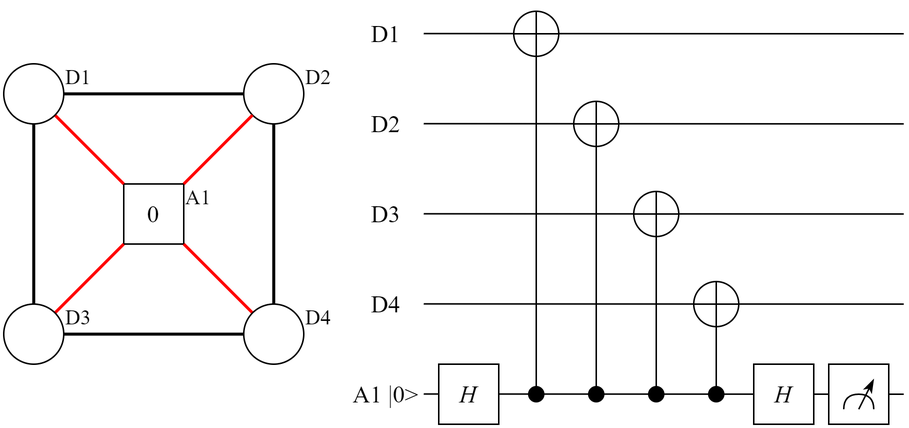
This is pictures/surface_code/surface_code_z_stabilizer_example.drawio.png from Mitch36/QuantumSim-QEC, a draw.io export, as it was before one commit. Source tidied: cells renumbered, new cells last; positions are measured from the earlier drawing's top-left corner, leaving out a move shared by most shapes.
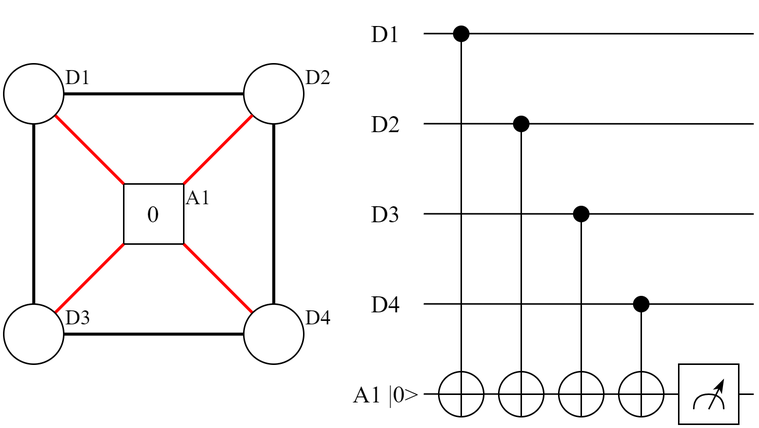
After the commit.

Change to the diagram source:
```diff
@@ -5,7 +5,7 @@
     <mxCell id="2" style="endArrow=none;html=1;rounded=0;strokeColor=#000000;strokeWidth=1;fontFamily=Times New Roman;fontSize=16;" parent="1" edge="1">
       <mxGeometry relative="1" as="geometry">
         <mxPoint x="280" y="19.9" as="sourcePoint" />
-        <mxPoint x="600" y="20" as="targetPoint" />
+        <mxPoint x="500" y="20" as="targetPoint" />
       </mxGeometry>
     </mxCell>
     <mxCell id="3" value="D1" style="text;html=1;strokeColor=none;fillColor=none;align=center;verticalAlign=middle;whiteSpace=wrap;rounded=0;fontFamily=Times New Roman;fontSize=16;" parent="1" vertex="1">
@@ -14,7 +14,7 @@
     <mxCell id="4" style="endArrow=none;html=1;rounded=0;strokeColor=#000000;strokeWidth=1;fontFamily=Times New Roman;fontSize=16;" parent="1" edge="1">
       <mxGeometry relative="1" as="geometry">
         <mxPoint x="280" y="79.9" as="sourcePoint" />
-        <mxPoint x="600" y="80" as="targetPoint" />
+        <mxPoint x="500" y="80" as="targetPoint" />
       </mxGeometry>
     </mxCell>
     <mxCell id="5" value="D2" style="text;html=1;strokeColor=none;fillColor=none;align=center;verticalAlign=middle;whiteSpace=wrap;rounded=0;fontFamily=Times New Roman;fontSize=16;" parent="1" vertex="1">
@@ -23,7 +23,7 @@
     <mxCell id="6" style="endArrow=none;html=1;rounded=0;strokeColor=#000000;strokeWidth=1;fontFamily=Times New Roman;fontSize=16;" parent="1" edge="1">
       <mxGeometry relative="1" as="geometry">
         <mxPoint x="280" y="139.9" as="sourcePoint" />
-        <mxPoint x="600" y="140" as="targetPoint" />
+        <mxPoint x="500" y="140" as="targetPoint" />
       </mxGeometry>
     </mxCell>
     <mxCell id="7" value="D3" style="text;html=1;strokeColor=none;fillColor=none;align=center;verticalAlign=middle;whiteSpace=wrap;rounded=0;fontFamily=Times New Roman;fontSize=16;" parent="1" vertex="1">
@@ -80,7 +80,7 @@
     <mxCell id="24" style="endArrow=none;html=1;rounded=0;strokeColor=#000000;strokeWidth=1;fontFamily=Times New Roman;fontSize=16;" parent="1" edge="1">
       <mxGeometry relative="1" as="geometry">
         <mxPoint x="280" y="199.9" as="sourcePoint" />
-        <mxPoint x="600" y="200" as="targetPoint" />
+        <mxPoint x="500" y="200" as="targetPoint" />
       </mxGeometry>
     </mxCell>
     <mxCell id="25" value="D4" style="text;html=1;strokeColor=none;fillColor=none;align=center;verticalAlign=middle;whiteSpace=wrap;rounded=0;fontFamily=Times New Roman;fontSize=16;" parent="1" vertex="1">
@@ -89,7 +89,7 @@
     <mxCell id="26" style="endArrow=none;html=1;rounded=0;strokeColor=#000000;strokeWidth=1;fontFamily=Times New Roman;fontSize=16;" parent="1" edge="1">
       <mxGeometry relative="1" as="geometry">
         <mxPoint x="280" y="259.9" as="sourcePoint" />
-        <mxPoint x="600" y="260" as="targetPoint" />
+        <mxPoint x="500" y="260" as="targetPoint" />
       </mxGeometry>
     </mxCell>
     <mxCell id="27" value="A1 |0&amp;gt;" style="text;html=1;strokeColor=none;fillColor=none;align=center;verticalAlign=middle;whiteSpace=wrap;rounded=0;fontFamily=Times New Roman;fontSize=16;" parent="1" vertex="1">
@@ -105,10 +105,10 @@
       <mxGeometry relative="1" as="geometry" />
     </mxCell>
     <mxCell id="31" style="ellipse;whiteSpace=wrap;html=1;fontFamily=Times New Roman;fontSize=16;fillColor=#000000;" parent="1" vertex="1">
-      <mxGeometry x="350" y="255" width="10" height="10" as="geometry" />
+      <mxGeometry x="300" y="15" width="10" height="10" as="geometry" />
     </mxCell>
     <mxCell id="32" style="ellipse;whiteSpace=wrap;html=1;fontFamily=Times New Roman;fontSize=14;" parent="1" vertex="1">
-      <mxGeometry x="340" y="5" width="30" height="30" as="geometry" />
+      <mxGeometry x="290" y="245" width="30" height="30" as="geometry" />
     </mxCell>
     <mxCell id="33" style="endArrow=none;html=1;rounded=0;strokeColor=#000000;strokeWidth=1;fontFamily=Times New Roman;fontSize=14;entryX=0.5;entryY=0;entryDx=0;entryDy=0;exitX=0.5;exitY=1;exitDx=0;exitDy=0;" parent="1" edge="1" source="32" target="32">
       <mxGeometry relative="1" as="geometry" />
@@ -116,75 +116,69 @@
     <mxCell id="34" style="endArrow=none;html=1;rounded=0;strokeColor=#000000;strokeWidth=1;fontFamily=Times New Roman;fontSize=14;entryX=0;entryY=0.5;entryDx=0;entryDy=0;exitX=1;exitY=0.5;exitDx=0;exitDy=0;" parent="1" edge="1" source="32" target="32">
       <mxGeometry relative="1" as="geometry" />
     </mxCell>
-    <mxCell id="35" value="H" style="rounded=0;whiteSpace=wrap;html=1;fontFamily=Times New Roman;fontSize=16;fontStyle=2;" parent="1" vertex="1">
-      <mxGeometry x="290" y="240" width="40" height="40" as="geometry" />
+    <mxCell id="35" style="edgeStyle=orthogonalEdgeStyle;rounded=0;jettySize=auto;html=1;strokeColor=#000000;strokeWidth=1;fontFamily=Times New Roman;fontSize=14;endArrow=none;endFill=0;" parent="1" edge="1" source="36" target="37">
+      <mxGeometry relative="1" as="geometry" />
     </mxCell>
-    <mxCell id="36" style="edgeStyle=orthogonalEdgeStyle;rounded=0;jettySize=auto;html=1;strokeColor=#000000;strokeWidth=1;fontFamily=Times New Roman;fontSize=14;endArrow=none;endFill=0;" parent="1" edge="1" source="37" target="38">
-      <mxGeometry relative="1" as="geometry" />
+    <mxCell id="36" style="ellipse;whiteSpace=wrap;html=1;fontFamily=Times New Roman;fontSize=16;fillColor=#000000;" parent="1" vertex="1">
+      <mxGeometry x="340" y="75" width="10" height="10" as="geometry" />
     </mxCell>
-    <mxCell id="37" style="ellipse;whiteSpace=wrap;html=1;fontFamily=Times New Roman;fontSize=16;fillColor=#000000;" parent="1" vertex="1">
-      <mxGeometry x="390" y="255" width="10" height="10" as="geometry" />
+    <mxCell id="37" style="ellipse;whiteSpace=wrap;html=1;fontFamily=Times New Roman;fontSize=14;" parent="1" vertex="1">
+      <mxGeometry x="330" y="245" width="30" height="30" as="geometry" />
     </mxCell>
-    <mxCell id="38" style="ellipse;whiteSpace=wrap;html=1;fontFamily=Times New Roman;fontSize=14;" parent="1" vertex="1">
-      <mxGeometry x="380" y="65" width="30" height="30" as="geometry" />
+    <mxCell id="38" style="endArrow=none;html=1;rounded=0;strokeColor=#000000;strokeWidth=1;fontFamily=Times New Roman;fontSize=14;entryX=0.5;entryY=0;entryDx=0;entryDy=0;exitX=0.5;exitY=1;exitDx=0;exitDy=0;" parent="1" edge="1" source="37" target="37">
+      <mxGeometry relative="1" as="geometry" />
     </mxCell>
-    <mxCell id="39" style="endArrow=none;html=1;rounded=0;strokeColor=#000000;strokeWidth=1;fontFamily=Times New Roman;fontSize=14;entryX=0.5;entryY=0;entryDx=0;entryDy=0;exitX=0.5;exitY=1;exitDx=0;exitDy=0;" parent="1" edge="1" source="38" target="38">
+    <mxCell id="39" style="endArrow=none;html=1;rounded=0;strokeColor=#000000;strokeWidth=1;fontFamily=Times New Roman;fontSize=14;entryX=0;entryY=0.5;entryDx=0;entryDy=0;exitX=1;exitY=0.5;exitDx=0;exitDy=0;" parent="1" edge="1" source="37" target="37">
       <mxGeometry relative="1" as="geometry" />
     </mxCell>
-    <mxCell id="40" style="endArrow=none;html=1;rounded=0;strokeColor=#000000;strokeWidth=1;fontFamily=Times New Roman;fontSize=14;entryX=0;entryY=0.5;entryDx=0;entryDy=0;exitX=1;exitY=0.5;exitDx=0;exitDy=0;" parent="1" edge="1" source="38" target="38">
+    <mxCell id="40" style="edgeStyle=orthogonalEdgeStyle;rounded=0;jettySize=auto;html=1;strokeColor=#000000;strokeWidth=1;fontFamily=Times New Roman;fontSize=14;endArrow=none;endFill=0;" parent="1" edge="1" source="41" target="42">
       <mxGeometry relative="1" as="geometry" />
     </mxCell>
-    <mxCell id="41" style="edgeStyle=orthogonalEdgeStyle;rounded=0;jettySize=auto;html=1;strokeColor=#000000;strokeWidth=1;fontFamily=Times New Roman;fontSize=14;endArrow=none;endFill=0;" parent="1" edge="1" source="42" target="43">
-      <mxGeometry relative="1" as="geometry" />
+    <mxCell id="41" style="ellipse;whiteSpace=wrap;html=1;fontFamily=Times New Roman;fontSize=16;fillColor=#000000;" parent="1" vertex="1">
+      <mxGeometry x="380" y="135" width="10" height="10" as="geometry" />
     </mxCell>
-    <mxCell id="42" style="ellipse;whiteSpace=wrap;html=1;fontFamily=Times New Roman;fontSize=16;fillColor=#000000;" parent="1" vertex="1">
-      <mxGeometry x="430" y="255" width="10" height="10" as="geometry" />
+    <mxCell id="42" style="ellipse;whiteSpace=wrap;html=1;fontFamily=Times New Roman;fontSize=14;" parent="1" vertex="1">
+      <mxGeometry x="370" y="245" width="30" height="30" as="geometry" />
     </mxCell>
-    <mxCell id="43" style="ellipse;whiteSpace=wrap;html=1;fontFamily=Times New Roman;fontSize=14;" parent="1" vertex="1">
-      <mxGeometry x="420" y="125" width="30" height="30" as="geometry" />
+    <mxCell id="43" style="endArrow=none;html=1;rounded=0;strokeColor=#000000;strokeWidth=1;fontFamily=Times New Roman;fontSize=14;entryX=0.5;entryY=0;entryDx=0;entryDy=0;exitX=0.5;exitY=1;exitDx=0;exitDy=0;" parent="1" edge="1" source="42" target="42">
+      <mxGeometry relative="1" as="geometry" />
     </mxCell>
-    <mxCell id="44" style="endArrow=none;html=1;rounded=0;strokeColor=#000000;strokeWidth=1;fontFamily=Times New Roman;fontSize=14;entryX=0.5;entryY=0;entryDx=0;entryDy=0;exitX=0.5;exitY=1;exitDx=0;exitDy=0;" parent="1" edge="1" source="43" target="43">
+    <mxCell id="44" style="endArrow=none;html=1;rounded=0;strokeColor=#000000;strokeWidth=1;fontFamily=Times New Roman;fontSize=14;entryX=0;entryY=0.5;entryDx=0;entryDy=0;exitX=1;exitY=0.5;exitDx=0;exitDy=0;" parent="1" edge="1" source="42" target="42">
       <mxGeometry relative="1" as="geometry" />
     </mxCell>
-    <mxCell id="45" style="endArrow=none;html=1;rounded=0;strokeColor=#000000;strokeWidth=1;fontFamily=Times New Roman;fontSize=14;entryX=0;entryY=0.5;entryDx=0;entryDy=0;exitX=1;exitY=0.5;exitDx=0;exitDy=0;" parent="1" edge="1" source="43" target="43">
+    <mxCell id="45" style="edgeStyle=orthogonalEdgeStyle;rounded=0;jettySize=auto;html=1;strokeColor=#000000;strokeWidth=1;fontFamily=Times New Roman;fontSize=14;endArrow=none;endFill=0;" parent="1" edge="1" source="46" target="47">
       <mxGeometry relative="1" as="geometry" />
     </mxCell>
-    <mxCell id="46" style="edgeStyle=orthogonalEdgeStyle;rounded=0;jettySize=auto;html=1;strokeColor=#000000;strokeWidth=1;fontFamily=Times New Roman;fontSize=14;endArrow=none;endFill=0;" parent="1" edge="1" source="47" target="48">
-      <mxGeometry relative="1" as="geometry" />
+    <mxCell id="46" style="ellipse;whiteSpace=wrap;html=1;fontFamily=Times New Roman;fontSize=16;fillColor=#000000;" parent="1" vertex="1">
+      <mxGeometry x="420" y="195" width="10" height="10" as="geometry" />
     </mxCell>
-    <mxCell id="47" style="ellipse;whiteSpace=wrap;html=1;fontFamily=Times New Roman;fontSize=16;fillColor=#000000;" parent="1" vertex="1">
-      <mxGeometry x="470" y="255" width="10" height="10" as="geometry" />
+    <mxCell id="47" style="ellipse;whiteSpace=wrap;html=1;fontFamily=Times New Roman;fontSize=14;" parent="1" vertex="1">
+      <mxGeometry x="410" y="245" width="30" height="30" as="geometry" />
     </mxCell>
-    <mxCell id="48" style="ellipse;whiteSpace=wrap;html=1;fontFamily=Times New Roman;fontSize=14;" parent="1" vertex="1">
-      <mxGeometry x="460" y="185" width="30" height="30" as="geometry" />
+    <mxCell id="48" style="endArrow=none;html=1;rounded=0;strokeColor=#000000;strokeWidth=1;fontFamily=Times New Roman;fontSize=14;entryX=0.5;entryY=0;entryDx=0;entryDy=0;exitX=0.5;exitY=1;exitDx=0;exitDy=0;" parent="1" edge="1" source="47" target="47">
+      <mxGeometry relative="1" as="geometry" />
     </mxCell>
-    <mxCell id="49" style="endArrow=none;html=1;rounded=0;strokeColor=#000000;strokeWidth=1;fontFamily=Times New Roman;fontSize=14;entryX=0.5;entryY=0;entryDx=0;entryDy=0;exitX=0.5;exitY=1;exitDx=0;exitDy=0;" parent="1" edge="1" source="48" target="48">
+    <mxCell id="49" style="endArrow=none;html=1;rounded=0;strokeColor=#000000;strokeWidth=1;fontFamily=Times New Roman;fontSize=14;entryX=0;entryY=0.5;entryDx=0;entryDy=0;exitX=1;exitY=0.5;exitDx=0;exitDy=0;" parent="1" edge="1" source="47" target="47">
       <mxGeometry relative="1" as="geometry" />
     </mxCell>
-    <mxCell id="50" style="endArrow=none;html=1;rounded=0;strokeColor=#000000;strokeWidth=1;fontFamily=Times New Roman;fontSize=14;entryX=0;entryY=0.5;entryDx=0;entryDy=0;exitX=1;exitY=0.5;exitDx=0;exitDy=0;" parent="1" edge="1" source="48" target="48">
-      <mxGeometry relative="1" as="geometry" />
+    <mxCell id="50" style="rounded=0;whiteSpace=wrap;html=1;fontFamily=Times New Roman;fontSize=16;" parent="1" vertex="1">
+      <mxGeometry x="450" y="240" width="40" height="40" as="geometry" />
     </mxCell>
-    <mxCell id="51" value="&lt;i&gt;H&lt;/i&gt;" style="rounded=0;whiteSpace=wrap;html=1;fontFamily=Times New Roman;fontSize=16;" parent="1" vertex="1">
-      <mxGeometry x="500" y="240" width="40" height="40" as="geometry" />
+    <mxCell id="51" style="endArrow=none;html=1;strokeColor=#000000;strokeWidth=1;fontFamily=Times New Roman;fontSize=16;jumpStyle=none;curved=1;" parent="1" edge="1">
+      <mxGeometry relative="1" as="geometry">
+        <mxPoint x="460" y="270" as="sourcePoint" />
+        <mxPoint x="480" y="270" as="targetPoint" />
+        <Array as="points">
+          <mxPoint x="460" y="260" />
+          <mxPoint x="480" y="260" />
+        </Array>
+      </mxGeometry>
     </mxCell>
-    <mxCell id="52" style="rounded=0;whiteSpace=wrap;html=1;fontFamily=Times New Roman;fontSize=16;" parent="1" vertex="1">
-      <mxGeometry x="550" y="240" width="40" height="40" as="geometry" />
+    <mxCell id="52" style="endArrow=classicThin;html=1;strokeColor=#000000;strokeWidth=1;fontFamily=Times New Roman;fontSize=16;jumpStyle=none;endFill=1;rounded=0;" parent="1" edge="1">
+      <mxGeometry relative="1" as="geometry">
+        <mxPoint x="470" y="270" as="sourcePoint" />
+        <mxPoint x="480" y="250" as="targetPoint" />
+      </mxGeometry>
     </mxCell>
-    <mxCell id="53" style="endArrow=none;html=1;strokeColor=#000000;strokeWidth=1;fontFamily=Times New Roman;fontSize=16;jumpStyle=none;curved=1;" parent="1" edge="1">
-      <mxGeometry relative="1" as="geometry">
-        <mxPoint x="560" y="270" as="sourcePoint" />
-        <mxPoint x="580" y="270" as="targetPoint" />
-        <Array as="points">
-          <mxPoint x="560" y="260" />
-          <mxPoint x="580" y="260" />
-        </Array>
-      </mxGeometry>
-    </mxCell>
-    <mxCell id="54" style="endArrow=classicThin;html=1;strokeColor=#000000;strokeWidth=1;fontFamily=Times New Roman;fontSize=16;jumpStyle=none;endFill=1;rounded=0;" parent="1" edge="1">
-      <mxGeometry relative="1" as="geometry">
-        <mxPoint x="570" y="270" as="sourcePoint" />
-        <mxPoint x="580" y="250" as="targetPoint" />
-      </mxGeometry>
-    </mxCell>
   </root>
 </mxGraphModel>
```
